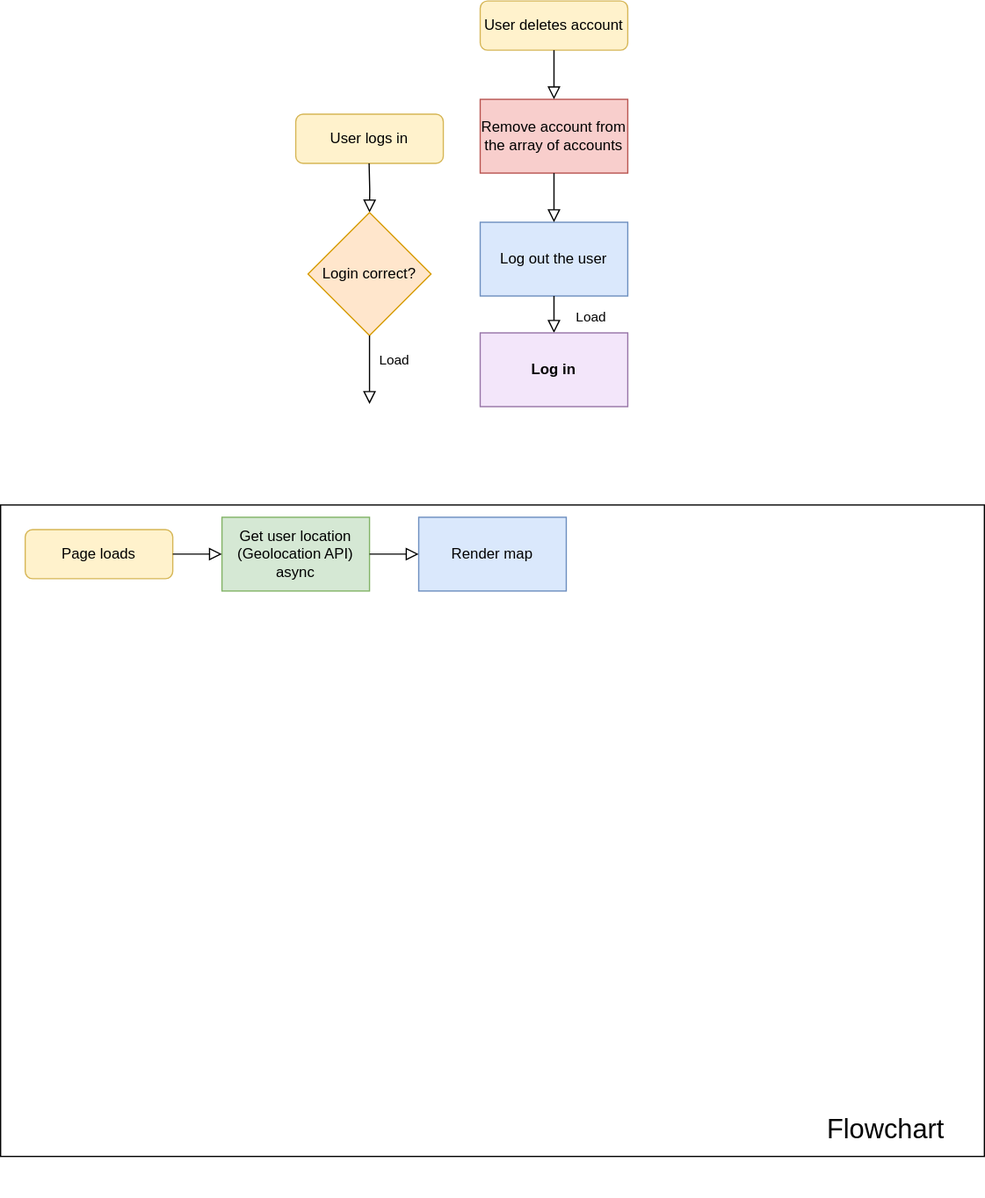
This is flowchart.drawio.svg from josenavarrohub/vanilla-js-eventify, a draw.io export, as it was before one commit. Source tidied: cells renumbered, new cells last; positions are measured from the earlier drawing's top-left corner, leaving out a move shared by most shapes.
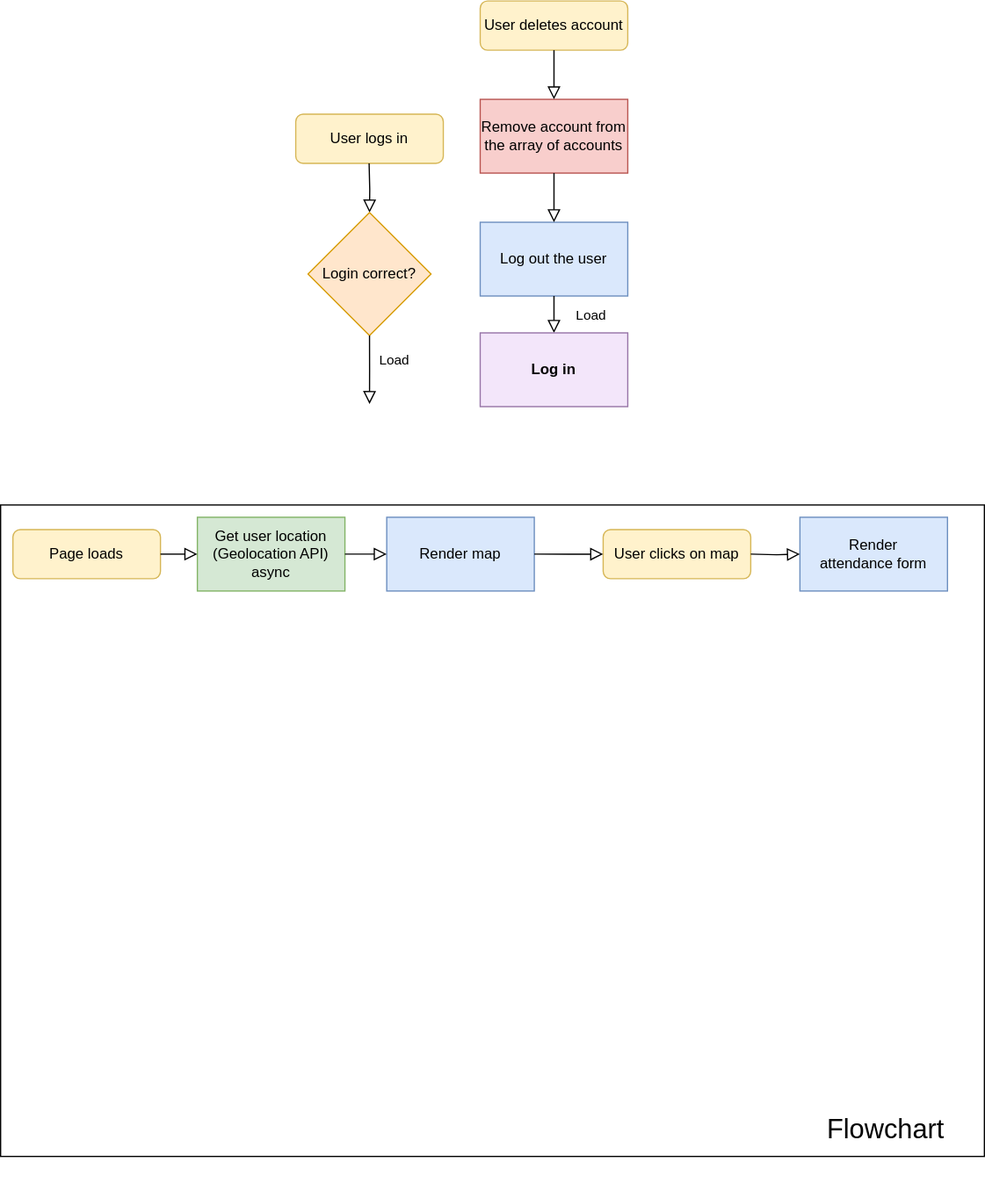
The same diagram one commit later.

Diff of the diagram source:
```diff
@@ -46,21 +46,35 @@
       <mxGeometry x="390" y="270" width="120" height="60" as="geometry" />
     </mxCell>
     <mxCell id="15" value="Page loads" style="rounded=1;whiteSpace=wrap;html=1;fontSize=12;glass=0;strokeWidth=1;shadow=0;fillColor=#fff2cc;strokeColor=#d6b656;" parent="1" vertex="1">
-      <mxGeometry x="20" y="430" width="120" height="40" as="geometry" />
+      <mxGeometry x="10" y="430" width="120" height="40" as="geometry" />
     </mxCell>
     <mxCell id="16" value="Get user location&lt;br&gt;(Geolocation API)&lt;br&gt;async" style="rounded=0;whiteSpace=wrap;html=1;fillColor=#d5e8d4;strokeColor=#82b366;" parent="1" vertex="1">
-      <mxGeometry x="180" y="420" width="120" height="60" as="geometry" />
+      <mxGeometry x="160" y="420" width="120" height="60" as="geometry" />
     </mxCell>
     <mxCell id="17" value="Render map" style="rounded=0;whiteSpace=wrap;html=1;fillColor=#dae8fc;strokeColor=#6c8ebf;" parent="1" vertex="1">
-      <mxGeometry x="340" y="420" width="120" height="60" as="geometry" />
+      <mxGeometry x="314" y="420" width="120" height="60" as="geometry" />
     </mxCell>
     <mxCell id="18" style="rounded=0;html=1;jettySize=auto;fontSize=11;endArrow=block;endFill=0;endSize=8;strokeWidth=1;shadow=0;labelBackgroundColor=none;edgeStyle=orthogonalEdgeStyle;entryX=0;entryY=0.5;entryDx=0;entryDy=0;exitX=1;exitY=0.5;exitDx=0;exitDy=0;" parent="1" edge="1" source="15" target="16">
       <mxGeometry x="-0.28" y="20" relative="1" as="geometry" />
     </mxCell>
-    <mxCell id="19" style="rounded=0;html=1;jettySize=auto;fontSize=11;endArrow=block;endFill=0;endSize=8;strokeWidth=1;shadow=0;labelBackgroundColor=none;edgeStyle=orthogonalEdgeStyle;exitX=1;exitY=0.5;exitDx=0;exitDy=0;" parent="1" edge="1" source="16">
-      <mxGeometry x="-0.28" y="20" relative="1" as="geometry">
-        <mxPoint x="340" y="450" as="targetPoint" />
-      </mxGeometry>
+    <mxCell id="19" style="rounded=0;html=1;jettySize=auto;fontSize=11;endArrow=block;endFill=0;endSize=8;strokeWidth=1;shadow=0;labelBackgroundColor=none;edgeStyle=orthogonalEdgeStyle;exitX=1;exitY=0.5;exitDx=0;exitDy=0;entryX=0;entryY=0.5;entryDx=0;entryDy=0;" parent="1" edge="1" source="16" target="17">
+      <mxGeometry x="-0.28" y="20" relative="1" as="geometry" />
     </mxCell>
+    <mxCell id="20" value="User clicks on map" style="rounded=1;whiteSpace=wrap;html=1;fontSize=12;glass=0;strokeWidth=1;shadow=0;fillColor=#fff2cc;strokeColor=#d6b656;" parent="1" vertex="1">
+      <mxGeometry x="490" y="430" width="120" height="40" as="geometry" />
+    </mxCell>
+    <mxCell id="21" value="Render&lt;br&gt;attendance form" style="rounded=0;whiteSpace=wrap;html=1;fillColor=#dae8fc;strokeColor=#6c8ebf;" parent="1" vertex="1">
+      <mxGeometry x="650" y="420" width="120" height="60" as="geometry" />
+    </mxCell>
+    <mxCell id="22" style="rounded=0;html=1;jettySize=auto;fontSize=11;endArrow=block;endFill=0;endSize=8;strokeWidth=1;shadow=0;labelBackgroundColor=none;edgeStyle=orthogonalEdgeStyle;entryX=0;entryY=0.5;entryDx=0;entryDy=0;" parent="1" edge="1" target="21">
+      <mxGeometry relative="1" as="geometry">
+        <mxPoint x="610" y="450" as="sourcePoint" />
+      </mxGeometry>
+    </mxCell>
+    <mxCell id="23" style="rounded=0;html=1;jettySize=auto;fontSize=11;endArrow=block;endFill=0;endSize=8;strokeWidth=1;shadow=0;labelBackgroundColor=none;edgeStyle=orthogonalEdgeStyle;exitX=1;exitY=0.5;exitDx=0;exitDy=0;" parent="1" edge="1" source="17">
+      <mxGeometry relative="1" as="geometry">
+        <mxPoint x="490" y="450" as="targetPoint" />
+      </mxGeometry>
+    </mxCell>
   </root>
 </mxGraphModel>
```
